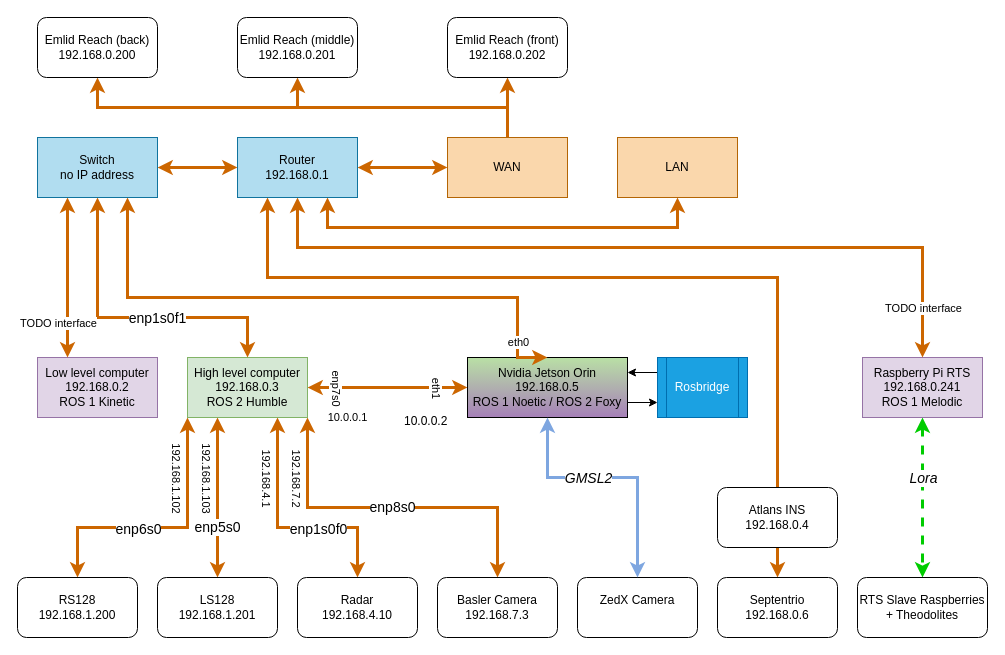
The draw.io diagram robots/warthog/warthog_networking.drawio in norlab-ulaval/Norlab_wiki, before the edit. Source tidied: cells renumbered, new cells numbered last; positions are measured from the earlier drawing's top-left corner, leaving out a move shared by most shapes. Both pictures are drawn from the tidied source at 100%, with x=0, y=0 at pixel (17, 17).
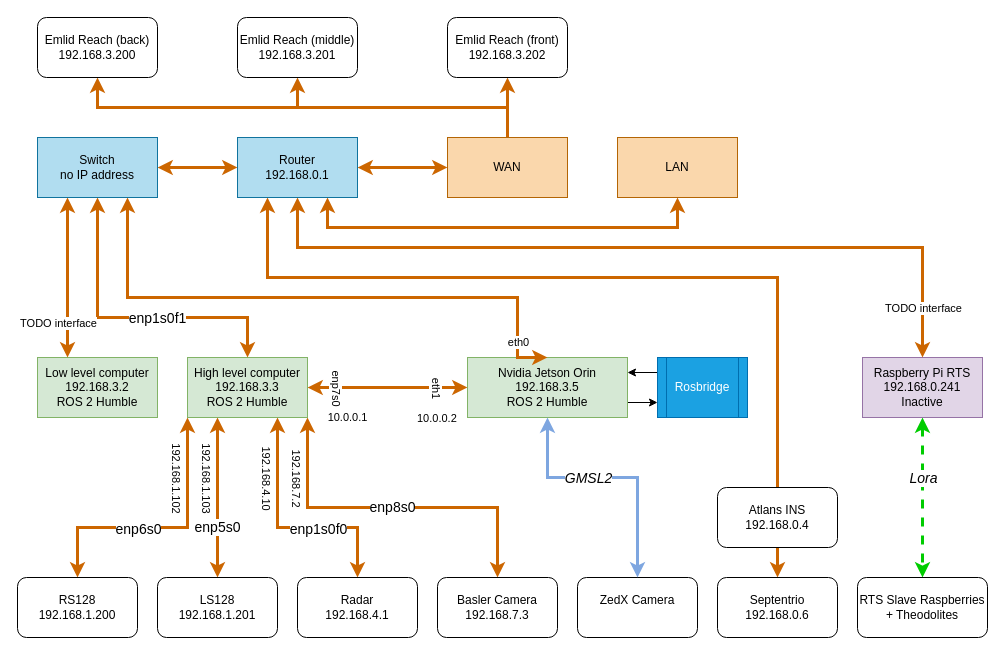
The same diagram, later.

Diff of the diagram source:
```diff
@@
-    <mxCell id="11" value="&lt;div&gt;High level computer&lt;/div&gt;&lt;div&gt;192.168.0.3&lt;/div&gt;&lt;div&gt;ROS 2 Humble&lt;br&gt;&lt;/div&gt;" style="rounded=0;whiteSpace=wrap;html=1;fillColor=#d5e8d4;strokeColor=#82b366;" parent="1" vertex="1">
+    <mxCell id="11" value="&lt;div&gt;High level computer&lt;/div&gt;&lt;div&gt;192.168.3.3&lt;/div&gt;&lt;div&gt;ROS 2 Humble&lt;br&gt;&lt;/div&gt;" style="rounded=0;whiteSpace=wrap;html=1;fillColor=#d5e8d4;strokeColor=#82b366;" parent="1" vertex="1">
       <mxGeometry x="170" y="340" width="120" height="60" as="geometry" />
     </mxCell>
@@
-    <mxCell id="13" value="&lt;div&gt;Nvidia Jetson Orin&lt;br&gt;&lt;/div&gt;&lt;div&gt;192.168.0.5&lt;/div&gt;&lt;div&gt;ROS 1 Noetic / ROS 2 Foxy&lt;br&gt;&lt;/div&gt;" style="rounded=0;whiteSpace=wrap;html=1;gradientColor=#A680B8;fillColor=#B9E0A5;" parent="1" vertex="1">
+    <mxCell id="13" value="&lt;div&gt;Nvidia Jetson Orin&lt;br&gt;&lt;/div&gt;&lt;div&gt;192.168.3.5&lt;/div&gt;&lt;div&gt;ROS 2 Humble&lt;br&gt;&lt;/div&gt;" style="rounded=0;whiteSpace=wrap;html=1;fillColor=#d5e8d4;strokeColor=#82b366;" parent="1" vertex="1">
       <mxGeometry x="450" y="340" width="160" height="60" as="geometry" />
     </mxCell>
@@
-    <mxCell id="16" value="&lt;div&gt;Radar&lt;/div&gt;&lt;div&gt;192.168.4.10&lt;br&gt;&lt;/div&gt;" style="rounded=1;whiteSpace=wrap;html=1;" parent="1" vertex="1">
+    <mxCell id="16" value="&lt;div&gt;Radar&lt;/div&gt;&lt;div&gt;192.168.4.1&lt;br&gt;&lt;/div&gt;" style="rounded=1;whiteSpace=wrap;html=1;" parent="1" vertex="1">
       <mxGeometry x="280" y="560" width="120" height="60" as="geometry" />
     </mxCell>
@@
-    <mxCell id="20" value="&lt;div&gt;Raspberry Pi RTS&lt;br&gt;&lt;/div&gt;&lt;div&gt;192.168.0.241&lt;/div&gt;&lt;div&gt;ROS 1 Melodic&lt;br&gt;&lt;/div&gt;" style="rounded=0;whiteSpace=wrap;html=1;fillColor=#e1d5e7;strokeColor=#9673a6;" parent="1" vertex="1">
+    <mxCell id="20" value="&lt;div&gt;Raspberry Pi RTS&lt;br&gt;&lt;/div&gt;&lt;div&gt;192.168.0.241&lt;/div&gt;&lt;div&gt;Inactive&lt;br&gt;&lt;/div&gt;" style="rounded=0;whiteSpace=wrap;html=1;fillColor=#e1d5e7;strokeColor=#9673a6;" parent="1" vertex="1">
       <mxGeometry x="845" y="340" width="120" height="60" as="geometry" />
     </mxCell>
-    <mxCell id="21" value="&lt;div&gt;Low level computer&lt;br&gt;&lt;/div&gt;&lt;div&gt;192.168.0.2&lt;/div&gt;&lt;div&gt;ROS 1 Kinetic&lt;br&gt;&lt;/div&gt;" style="rounded=0;whiteSpace=wrap;html=1;fillColor=#e1d5e7;strokeColor=#9673a6;" parent="1" vertex="1">
+    <mxCell id="21" value="&lt;div&gt;Low level computer&lt;br&gt;&lt;/div&gt;&lt;div&gt;192.168.3.2&lt;/div&gt;&lt;div&gt;ROS 2 Humble&lt;br&gt;&lt;/div&gt;" style="rounded=0;whiteSpace=wrap;html=1;fillColor=#d5e8d4;strokeColor=#82b366;" parent="1" vertex="1">
       <mxGeometry x="20" y="340" width="120" height="60" as="geometry" />
     </mxCell>
@@
-    <mxCell id="50" value="192.168.4.1" style="edgeLabel;html=1;align=center;verticalAlign=middle;rotation=90;" parent="1" vertex="1">
+    <mxCell id="50" value="192.168.4.10" style="edgeLabel;html=1;align=center;verticalAlign=middle;rotation=90;" parent="1" vertex="1">
       <mxGeometry x="250" y="460" as="geometry" />
     </mxCell>
@@
-    <mxCell id="52" value="10.0.0.2" style="text;whiteSpace=wrap;html=1;" parent="1" vertex="1">
-      <mxGeometry x="385" y="390" width="100" height="30" as="geometry" />
+    <mxCell id="52" value="&lt;font style=&quot;font-size: 11px;&quot;&gt;10.0.0.2&lt;/font&gt;" style="text;whiteSpace=wrap;html=1;" parent="1" vertex="1">
+      <mxGeometry x="397.5" y="387" width="45" height="30" as="geometry" />
     </mxCell>
@@
-    <mxCell id="54" value="&lt;div&gt;Emlid Reach (back)&lt;br&gt;&lt;/div&gt;&lt;div&gt;192.168.0.200&lt;br&gt;&lt;/div&gt;" style="rounded=1;whiteSpace=wrap;html=1;" parent="1" vertex="1">
+    <mxCell id="54" value="&lt;div&gt;Emlid Reach (back)&lt;br&gt;&lt;/div&gt;&lt;div&gt;192.168.3.200&lt;br&gt;&lt;/div&gt;" style="rounded=1;whiteSpace=wrap;html=1;" parent="1" vertex="1">
       <mxGeometry x="20" width="120" height="60" as="geometry" />
     </mxCell>
-    <mxCell id="55" value="&lt;div&gt;Emlid Reach (middle)&lt;br&gt;&lt;/div&gt;&lt;div&gt;192.168.0.201&lt;br&gt;&lt;/div&gt;" style="rounded=1;whiteSpace=wrap;html=1;" parent="1" vertex="1">
+    <mxCell id="55" value="&lt;div&gt;Emlid Reach (middle)&lt;br&gt;&lt;/div&gt;&lt;div&gt;192.168.3.201&lt;br&gt;&lt;/div&gt;" style="rounded=1;whiteSpace=wrap;html=1;" parent="1" vertex="1">
       <mxGeometry x="220" width="120" height="60" as="geometry" />
     </mxCell>
-    <mxCell id="56" value="&lt;div&gt;Emlid Reach (front)&lt;br&gt;&lt;/div&gt;&lt;div&gt;192.168.0.202&lt;br&gt;&lt;/div&gt;" style="rounded=1;whiteSpace=wrap;html=1;" parent="1" vertex="1">
+    <mxCell id="56" value="&lt;div&gt;Emlid Reach (front)&lt;br&gt;&lt;/div&gt;&lt;div&gt;192.168.3.202&lt;br&gt;&lt;/div&gt;" style="rounded=1;whiteSpace=wrap;html=1;" parent="1" vertex="1">
       <mxGeometry x="430" width="120" height="60" as="geometry" />
     </mxCell>
```
